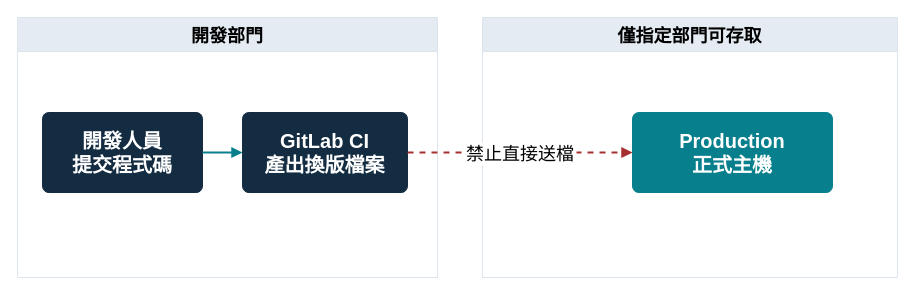
cyljacky02/gitlab-win-cicd keeps this draw.io diagram as docs/presentations/diagrams/production-boundary.drawio. Above is the earlier version. Source tidied: cells renumbered, new cells numbered last; positions are measured from the earlier drawing's top-left corner, leaving out a move shared by most shapes. Both pictures are drawn from the tidied source at 100%, with x=0, y=0 at pixel (17, 17).
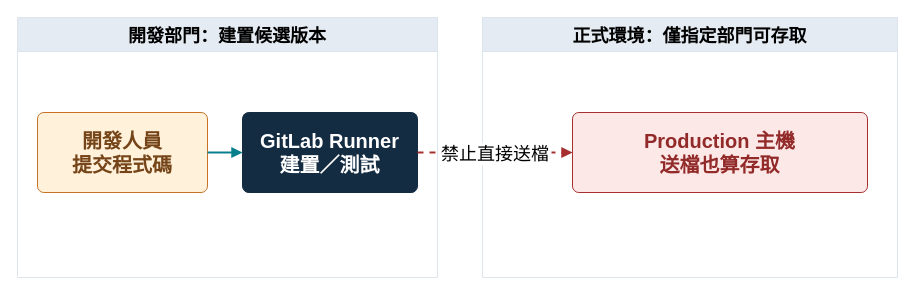
The same page after the edit.

Change to the diagram source:
```diff
@@
 <mxGraphModel>
   <root>
     <mxCell id="0" />
     <mxCell id="1" parent="0" />
-    <mxCell id="2" value="開發部門" style="swimlane;horizontal=1;startSize=34;fillColor=#E4EBF3;swimlaneFillColor=#FFFFFF;fontSize=18;fontStyle=1;strokeColor=#DCE5EE;" parent="1" vertex="1">
+    <mxCell id="2" value="開發部門：建置候選版本" style="swimlane;horizontal=1;startSize=34;fillColor=#E4EBF3;swimlaneFillColor=#FFFFFF;fontSize=18;fontStyle=1;strokeColor=#DCE5EE;" parent="1" vertex="1">
       <mxGeometry width="420" height="260" as="geometry" />
     </mxCell>
-    <mxCell id="3" value="僅指定部門可存取" style="swimlane;horizontal=1;startSize=34;fillColor=#E4EBF3;swimlaneFillColor=#FFFFFF;fontSize=18;fontStyle=1;strokeColor=#DCE5EE;" parent="1" vertex="1">
+    <mxCell id="3" value="正式環境：僅指定部門可存取" style="swimlane;horizontal=1;startSize=34;fillColor=#E4EBF3;swimlaneFillColor=#FFFFFF;fontSize=18;fontStyle=1;strokeColor=#DCE5EE;" parent="1" vertex="1">
       <mxGeometry x="465" width="415" height="260" as="geometry" />
     </mxCell>
-    <mxCell id="4" value="開發人員&lt;br/&gt;提交程式碼" style="rounded=1;arcSize=8;html=1;whiteSpace=wrap;fontSize=20;fontStyle=1;fillColor=#142C42;fontColor=#FFFFFF;strokeColor=#142C42;" parent="2" vertex="1">
-      <mxGeometry x="25" y="95" width="160" height="80" as="geometry" />
+    <mxCell id="4" value="開發人員&lt;br/&gt;提交程式碼" style="rounded=1;arcSize=8;html=1;whiteSpace=wrap;fontSize=20;fontStyle=1;fillColor=#FFF1DA;fontColor=#754519;strokeColor=#C57227;" parent="2" vertex="1">
+      <mxGeometry x="20" y="95" width="170" height="80" as="geometry" />
     </mxCell>
-    <mxCell id="5" value="GitLab CI&lt;br/&gt;產出換版檔案" style="rounded=1;arcSize=8;html=1;whiteSpace=wrap;fontSize=20;fontStyle=1;fillColor=#142C42;fontColor=#FFFFFF;strokeColor=#142C42;" parent="2" vertex="1">
-      <mxGeometry x="225" y="95" width="165" height="80" as="geometry" />
+    <mxCell id="5" value="GitLab Runner&lt;br/&gt;建置／測試" style="rounded=1;arcSize=8;html=1;whiteSpace=wrap;fontSize=20;fontStyle=1;fillColor=#142C42;fontColor=#FFFFFF;strokeColor=#142C42;" parent="2" vertex="1">
+      <mxGeometry x="225" y="95" width="175" height="80" as="geometry" />
     </mxCell>
-    <mxCell id="6" value="Production&lt;br/&gt;正式主機" style="rounded=1;arcSize=8;html=1;whiteSpace=wrap;fontSize=20;fontStyle=1;fillColor=#087F8C;fontColor=#FFFFFF;strokeColor=#087F8C;" parent="3" vertex="1">
-      <mxGeometry x="150" y="95" width="200" height="80" as="geometry" />
+    <mxCell id="6" value="Production 主機&lt;br/&gt;送檔也算存取" style="rounded=1;arcSize=8;html=1;whiteSpace=wrap;fontSize=20;fontStyle=1;fillColor=#FCE8E6;fontColor=#922A2A;strokeColor=#A63030;" parent="3" vertex="1">
+      <mxGeometry x="90" y="95" width="295" height="80" as="geometry" />
     </mxCell>
     <mxCell id="7" style="edgeStyle=orthogonalEdgeStyle;rounded=0;endArrow=block;endFill=1;strokeWidth=2;fontSize=18;strokeColor=#087F8C;" parent="1" edge="1" source="4" target="5">
       <mxGeometry relative="1" as="geometry" />
     </mxCell>
     <mxCell id="8" value="禁止直接送檔" style="edgeStyle=orthogonalEdgeStyle;rounded=0;endArrow=block;endFill=1;strokeWidth=2;fontSize=18;strokeColor=#A63030;dashed=1;" parent="1" edge="1" source="5" target="6">
       <mxGeometry relative="1" as="geometry" />
     </mxCell>
   </root>
 </mxGraphModel>
```
